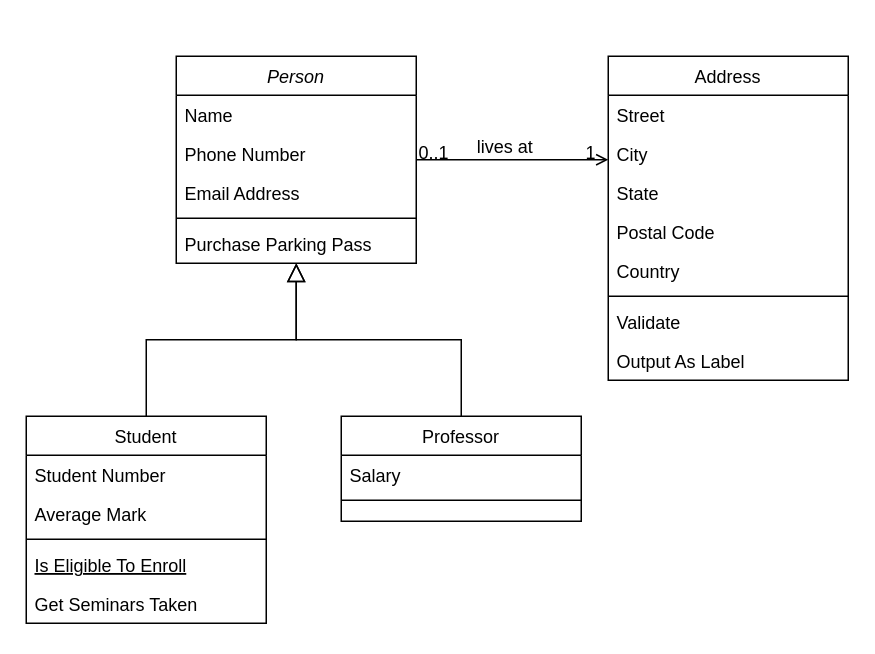
Vengardd/todo-list-api keeps this draw.io diagram as CommandsAndStatuses.drawio. Above is the earlier version. Source tidied: cells renumbered, new cells numbered last; positions are measured from the earlier drawing's top-left corner, leaving out a move shared by most shapes. Both pictures are drawn from the tidied source at 150%, with x=0, y=0 at pixel (26, 56).
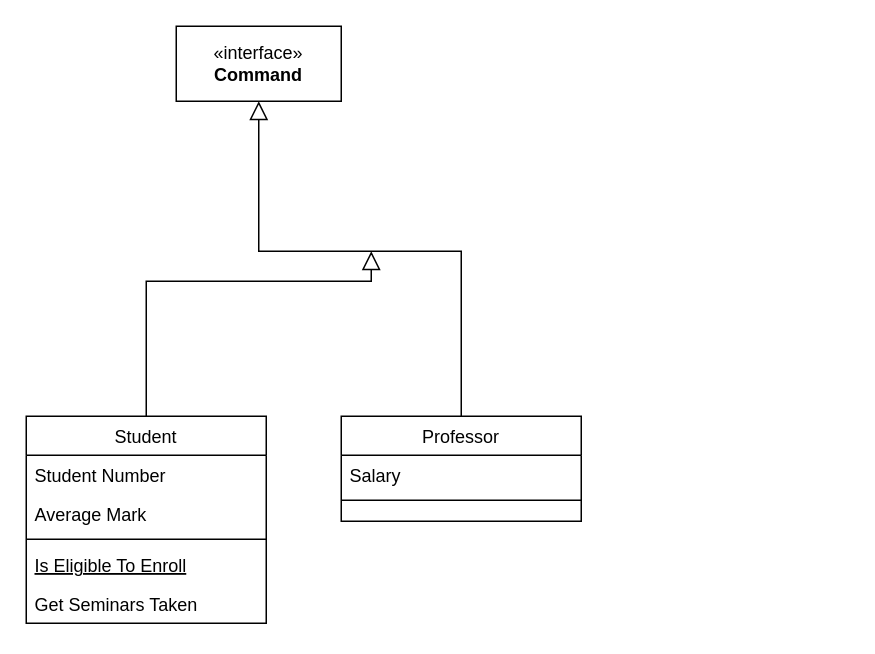
The same diagram, later.

Unchanged cells that the change refers to:
```xml
<mxCell id="8" value="Student" style="swimlane;fontStyle=0;align=center;verticalAlign=top;horizontal=1;startSize=26;rounded=0;shadow=0;strokeWidth=1;" parent="1" vertex="1">
  <mxGeometry y="240" width="160" height="138" as="geometry" />
</mxCell>
<mxCell id="15" value="Professor" style="swimlane;fontStyle=0;align=center;verticalAlign=top;horizontal=1;startSize=26;rounded=0;shadow=0;strokeWidth=1;" parent="1" vertex="1">
  <mxGeometry x="210" y="240" width="160" height="70" as="geometry" />
</mxCell>
```

Change to the diagram source:
```diff
@@
-    <mxCell id="2" value="Person" style="swimlane;fontStyle=2;align=center;verticalAlign=top;horizontal=1;startSize=26;rounded=0;shadow=0;strokeWidth=1;" parent="1" vertex="1">
-      <mxGeometry x="100" width="160" height="138" as="geometry" />
-    </mxCell>
-    <mxCell id="3" value="Name" style="text;align=left;verticalAlign=top;spacingLeft=4;spacingRight=4;overflow=hidden;" parent="2" vertex="1">
-      <mxGeometry y="26" width="160" height="26" as="geometry" />
-    </mxCell>
-    <mxCell id="4" value="Phone Number" style="text;align=left;verticalAlign=top;spacingLeft=4;spacingRight=4;overflow=hidden;rounded=0;shadow=0;html=0;" parent="2" vertex="1">
-      <mxGeometry y="52" width="160" height="26" as="geometry" />
-    </mxCell>
-    <mxCell id="5" value="Email Address" style="text;align=left;verticalAlign=top;spacingLeft=4;spacingRight=4;overflow=hidden;rounded=0;shadow=0;html=0;" parent="2" vertex="1">
-      <mxGeometry y="78" width="160" height="26" as="geometry" />
-    </mxCell>
-    <mxCell id="6" style="line;html=1;strokeWidth=1;align=left;verticalAlign=middle;spacingTop=-1;spacingLeft=3;spacingRight=3;labelPosition=right;" parent="2" vertex="1">
-      <mxGeometry y="104" width="160" height="8" as="geometry" />
-    </mxCell>
-    <mxCell id="7" value="Purchase Parking Pass" style="text;align=left;verticalAlign=top;spacingLeft=4;spacingRight=4;overflow=hidden;" parent="2" vertex="1">
-      <mxGeometry y="112" width="160" height="26" as="geometry" />
-    </mxCell>
@@
-    <mxCell id="14" style="endArrow=block;endSize=10;endFill=0;shadow=0;strokeWidth=1;rounded=0;curved=0;edgeStyle=elbowEdgeStyle;elbow=vertical;" parent="1" edge="1" source="8" target="2">
-      <mxGeometry relative="1" as="geometry" />
+    <mxCell id="14" style="endArrow=block;endSize=10;endFill=0;shadow=0;strokeWidth=1;rounded=0;curved=0;edgeStyle=elbowEdgeStyle;elbow=vertical;" parent="1" edge="1" source="8">
+      <mxGeometry relative="1" as="geometry">
+        <mxPoint x="230" y="130" as="targetPoint" />
+        <Array as="points">
+          <mxPoint x="180" y="150" />
+        </Array>
+      </mxGeometry>
     </mxCell>
@@
-    <mxCell id="18" style="endArrow=block;endSize=10;endFill=0;shadow=0;strokeWidth=1;rounded=0;curved=0;edgeStyle=elbowEdgeStyle;elbow=vertical;" parent="1" edge="1" source="15" target="2">
-      <mxGeometry relative="1" as="geometry" />
+    <mxCell id="18" style="endArrow=block;endSize=10;endFill=0;shadow=0;strokeWidth=1;rounded=0;curved=0;edgeStyle=elbowEdgeStyle;elbow=vertical;entryX=0.5;entryY=1;entryDx=0;entryDy=0;" parent="1" edge="1" source="15" target="32">
+      <mxGeometry relative="1" as="geometry">
+        <Array as="points">
+          <mxPoint x="155" y="130" />
+        </Array>
+      </mxGeometry>
     </mxCell>
-    <mxCell id="19" value="Address" style="swimlane;fontStyle=0;align=center;verticalAlign=top;horizontal=1;startSize=26;rounded=0;shadow=0;strokeWidth=1;" parent="1" vertex="1">
-      <mxGeometry x="388" width="160" height="216" as="geometry" />
-    </mxCell>
-    <mxCell id="20" value="Street" style="text;align=left;verticalAlign=top;spacingLeft=4;spacingRight=4;overflow=hidden;" parent="19" vertex="1">
-      <mxGeometry y="26" width="160" height="26" as="geometry" />
-    </mxCell>
-    <mxCell id="21" value="City" style="text;align=left;verticalAlign=top;spacingLeft=4;spacingRight=4;overflow=hidden;rounded=0;shadow=0;html=0;" parent="19" vertex="1">
-      <mxGeometry y="52" width="160" height="26" as="geometry" />
-    </mxCell>
-    <mxCell id="22" value="State" style="text;align=left;verticalAlign=top;spacingLeft=4;spacingRight=4;overflow=hidden;rounded=0;shadow=0;html=0;" parent="19" vertex="1">
-      <mxGeometry y="78" width="160" height="26" as="geometry" />
-    </mxCell>
-    <mxCell id="23" value="Postal Code" style="text;align=left;verticalAlign=top;spacingLeft=4;spacingRight=4;overflow=hidden;rounded=0;shadow=0;html=0;" parent="19" vertex="1">
-      <mxGeometry y="104" width="160" height="26" as="geometry" />
-    </mxCell>
-    <mxCell id="24" value="Country" style="text;align=left;verticalAlign=top;spacingLeft=4;spacingRight=4;overflow=hidden;rounded=0;shadow=0;html=0;" parent="19" vertex="1">
-      <mxGeometry y="130" width="160" height="26" as="geometry" />
-    </mxCell>
-    <mxCell id="25" style="line;html=1;strokeWidth=1;align=left;verticalAlign=middle;spacingTop=-1;spacingLeft=3;spacingRight=3;labelPosition=right;" parent="19" vertex="1">
-      <mxGeometry y="156" width="160" height="8" as="geometry" />
-    </mxCell>
-    <mxCell id="26" value="Validate" style="text;align=left;verticalAlign=top;spacingLeft=4;spacingRight=4;overflow=hidden;" parent="19" vertex="1">
-      <mxGeometry y="164" width="160" height="26" as="geometry" />
-    </mxCell>
-    <mxCell id="27" value="Output As Label" style="text;align=left;verticalAlign=top;spacingLeft=4;spacingRight=4;overflow=hidden;" parent="19" vertex="1">
-      <mxGeometry y="190" width="160" height="26" as="geometry" />
-    </mxCell>
-    <mxCell id="28" style="endArrow=open;shadow=0;strokeWidth=1;rounded=0;curved=0;endFill=1;edgeStyle=elbowEdgeStyle;elbow=vertical;" parent="1" edge="1" source="2" target="19">
-      <mxGeometry x="0.5" y="41" relative="1" as="geometry">
-        <mxPoint x="-40" y="32" as="offset" />
-      </mxGeometry>
-    </mxCell>
-    <mxCell id="29" value="0..1" style="align=left;verticalAlign=bottom;labelBackgroundColor=none;fontSize=12;" parent="28" vertex="1">
-      <mxGeometry x="-1" relative="1" as="geometry">
-        <mxPoint y="4" as="offset" />
-      </mxGeometry>
-    </mxCell>
-    <mxCell id="30" value="1" style="align=right;verticalAlign=bottom;labelBackgroundColor=none;fontSize=12;" parent="28" vertex="1">
-      <mxGeometry x="1" relative="1" as="geometry">
-        <mxPoint x="-7" y="4" as="offset" />
-      </mxGeometry>
-    </mxCell>
-    <mxCell id="31" value="lives at" style="text;html=1;align=center;verticalAlign=middle;labelBackgroundColor=none;rounded=0;shadow=0;strokeWidth=1;fontSize=12;" parent="28" vertex="1">
-      <mxGeometry x="0.5" y="49" relative="1" as="geometry">
-        <mxPoint x="-38" y="40" as="offset" />
-      </mxGeometry>
-    </mxCell>
+    <mxCell id="32" value="«interface»&lt;br&gt;&lt;b&gt;Command&lt;/b&gt;" style="html=1;whiteSpace=wrap;" parent="1" vertex="1">
+      <mxGeometry x="100" y="-20" width="110" height="50" as="geometry" />
+    </mxCell>
```
